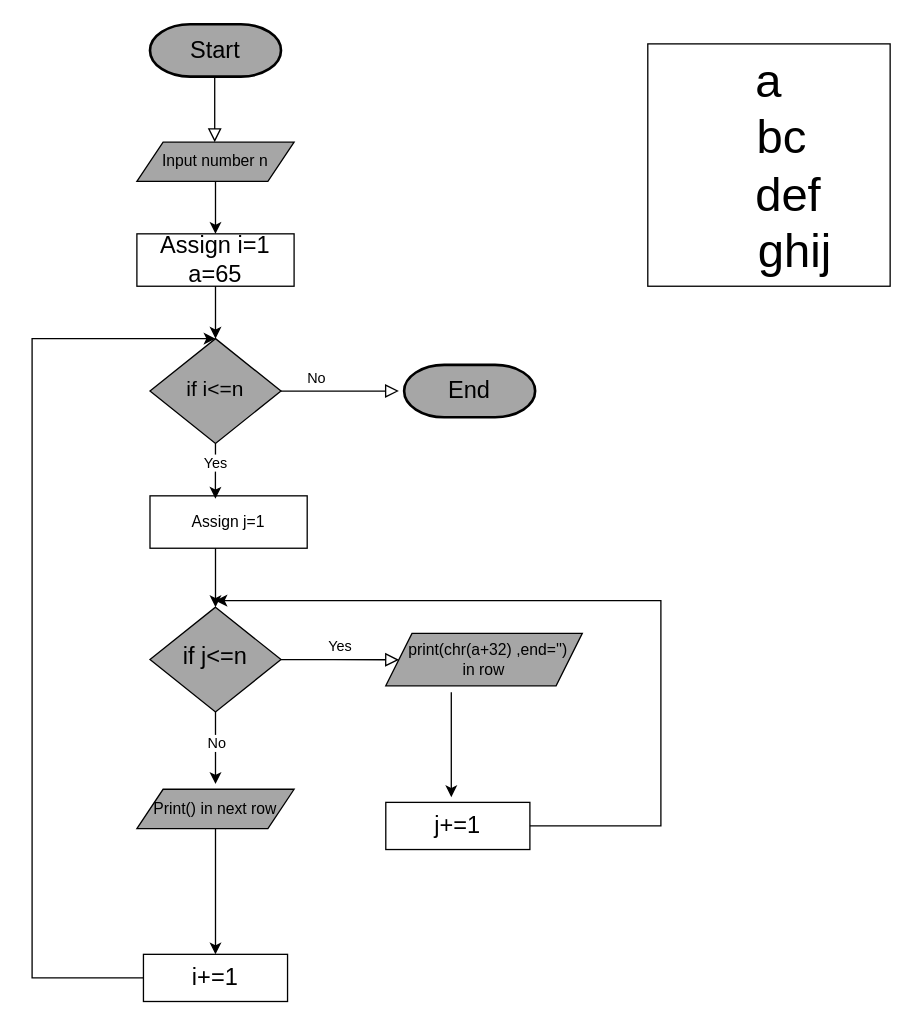
Aditya-swaroop-11/aditya keeps this draw.io diagram as Untitled Diagram.drawio. Above is the earlier version. Source tidied: cells renumbered, new cells numbered last; positions are measured from the earlier drawing's top-left corner, leaving out a move shared by most shapes. Both pictures are drawn from the tidied source at 131%, with x=0, y=0 at pixel (31, 24).
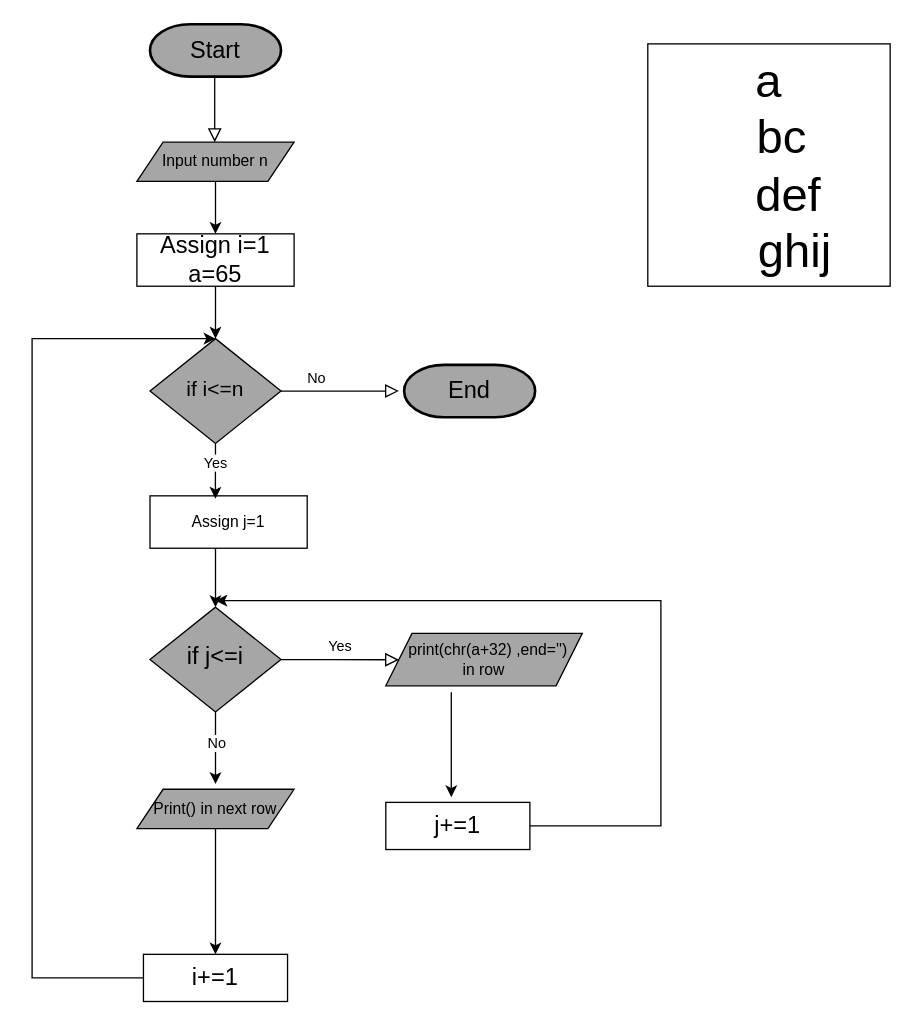
The same page after the edit.

Diff of the diagram source:
```diff
@@
-    <mxCell id="5" value="&lt;div&gt;&lt;font style=&quot;font-size: 18px;&quot;&gt;if j&amp;lt;=n&lt;/font&gt;&lt;/div&gt;" style="rhombus;whiteSpace=wrap;html=1;shadow=0;fontFamily=Helvetica;fontSize=12;align=center;strokeWidth=1;spacing=6;spacingTop=-4;fillColor=#A6A6A6;rounded=0;" parent="1" vertex="1">
+    <mxCell id="5" value="&lt;div&gt;&lt;font style=&quot;font-size: 18px;&quot;&gt;if j&amp;lt;=i&lt;/font&gt;&lt;/div&gt;" style="rhombus;whiteSpace=wrap;html=1;shadow=0;fontFamily=Helvetica;fontSize=12;align=center;strokeWidth=1;spacing=6;spacingTop=-4;fillColor=#A6A6A6;rounded=0;" parent="1" vertex="1">
       <mxGeometry x="90" y="445" width="100" height="80" as="geometry" />
     </mxCell>
```
